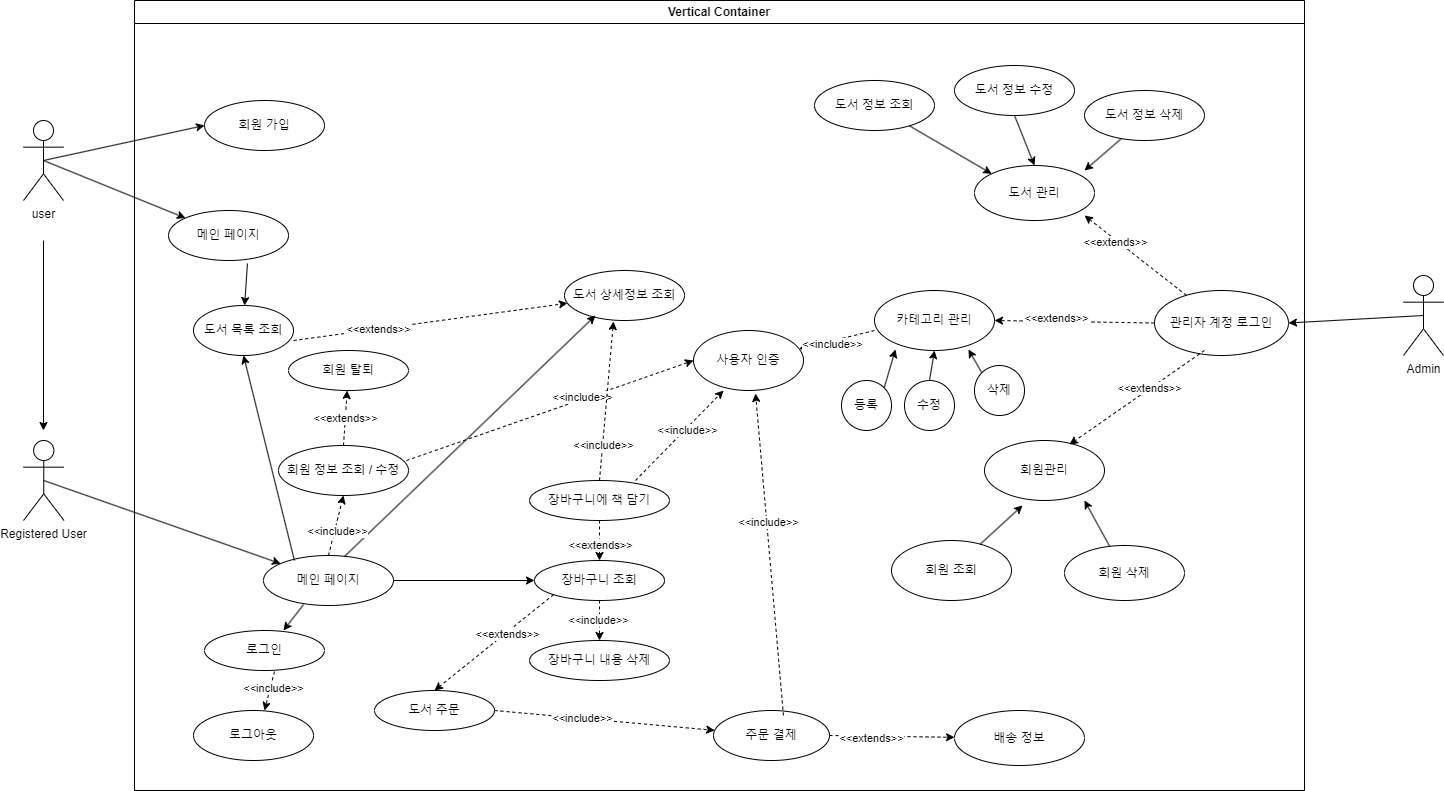
Above: src/온라인 서점 use-case2.png in junHyeokP/BookMarket (draw.io), before the change. Source tidied: cells renumbered, new cells last; positions are measured from the earlier drawing's top-left corner, leaving out a move shared by most shapes.
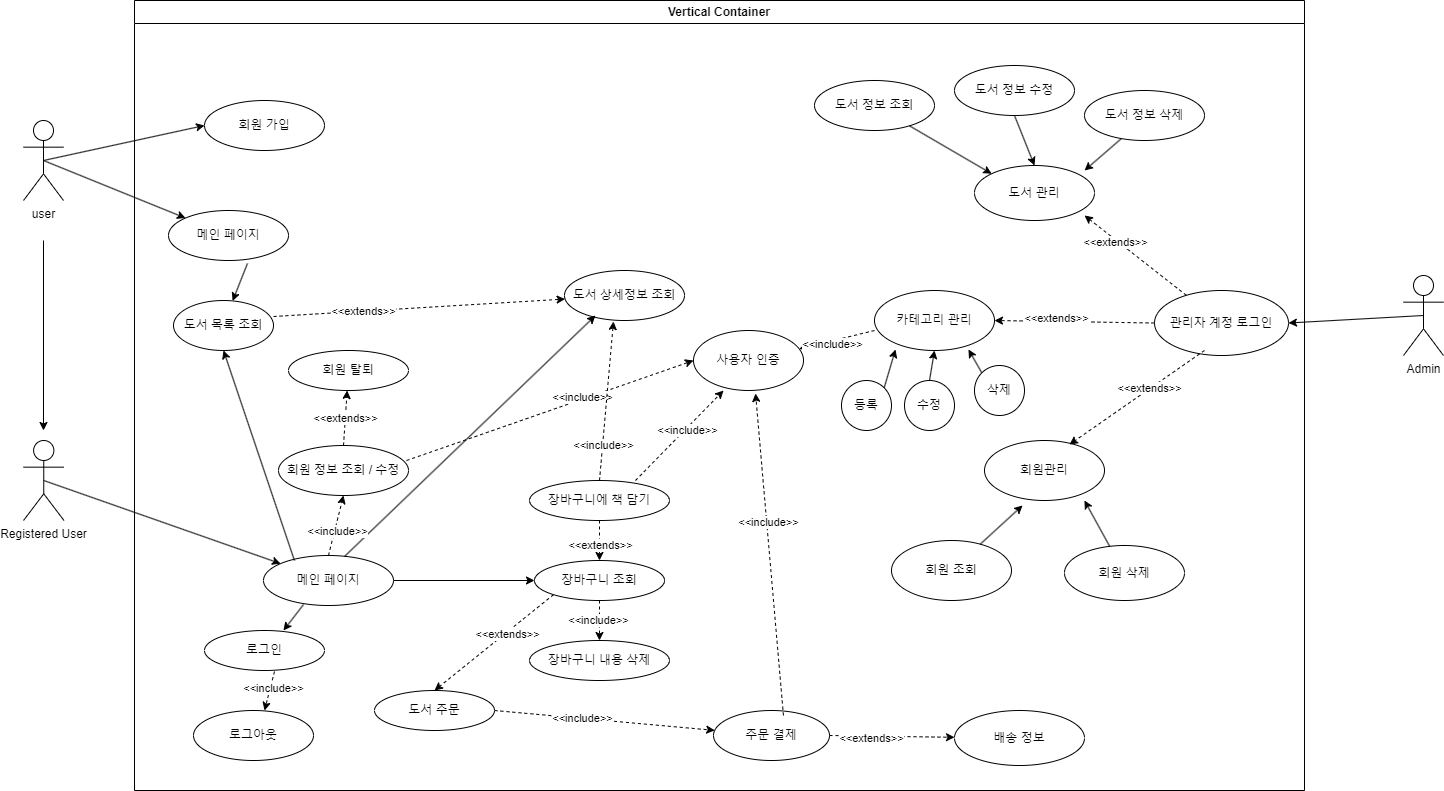
Above is the later version.

Commit message:
온라인 서점 use-case2.png 업데이트

Diff of the diagram source:
```diff
@@ -47,7 +47,7 @@
     <mxCell id="16" value="장바구니에 책 담기" style="ellipse;whiteSpace=wrap;html=1;" parent="6" vertex="1">
       <mxGeometry x="395" y="480" width="140" height="40" as="geometry" />
     </mxCell>
-    <mxCell id="17" style="endArrow=classic;html=1;rounded=0;dashed=1;exitX=1;exitY=0.7;exitDx=0;exitDy=0;exitPerimeter=0;" parent="6" edge="1" source="79" target="15">
+    <mxCell id="17" style="endArrow=classic;html=1;rounded=0;dashed=1;exitX=1;exitY=0.32;exitDx=0;exitDy=0;exitPerimeter=0;" parent="6" edge="1" source="79" target="15">
       <mxGeometry relative="1" as="geometry" />
     </mxCell>
     <mxCell id="18" value="&amp;lt;&amp;lt;extends&amp;gt;&amp;gt;" style="edgeLabel;html=1;align=center;verticalAlign=middle;" parent="17" vertex="1">
@@ -236,7 +236,7 @@
       </mxGeometry>
     </mxCell>
     <mxCell id="79" value="도서 목록 조회" style="ellipse;whiteSpace=wrap;html=1;" parent="6" vertex="1">
-      <mxGeometry x="59" y="305" width="100" height="50" as="geometry" />
+      <mxGeometry x="39" y="300" width="100" height="50" as="geometry" />
     </mxCell>
     <mxCell id="80" style="endArrow=classic;html=1;rounded=0;exitX=0.658;exitY=1.06;exitDx=0;exitDy=0;exitPerimeter=0;" parent="6" edge="1" source="8" target="79">
       <mxGeometry relative="1" as="geometry" />
```
